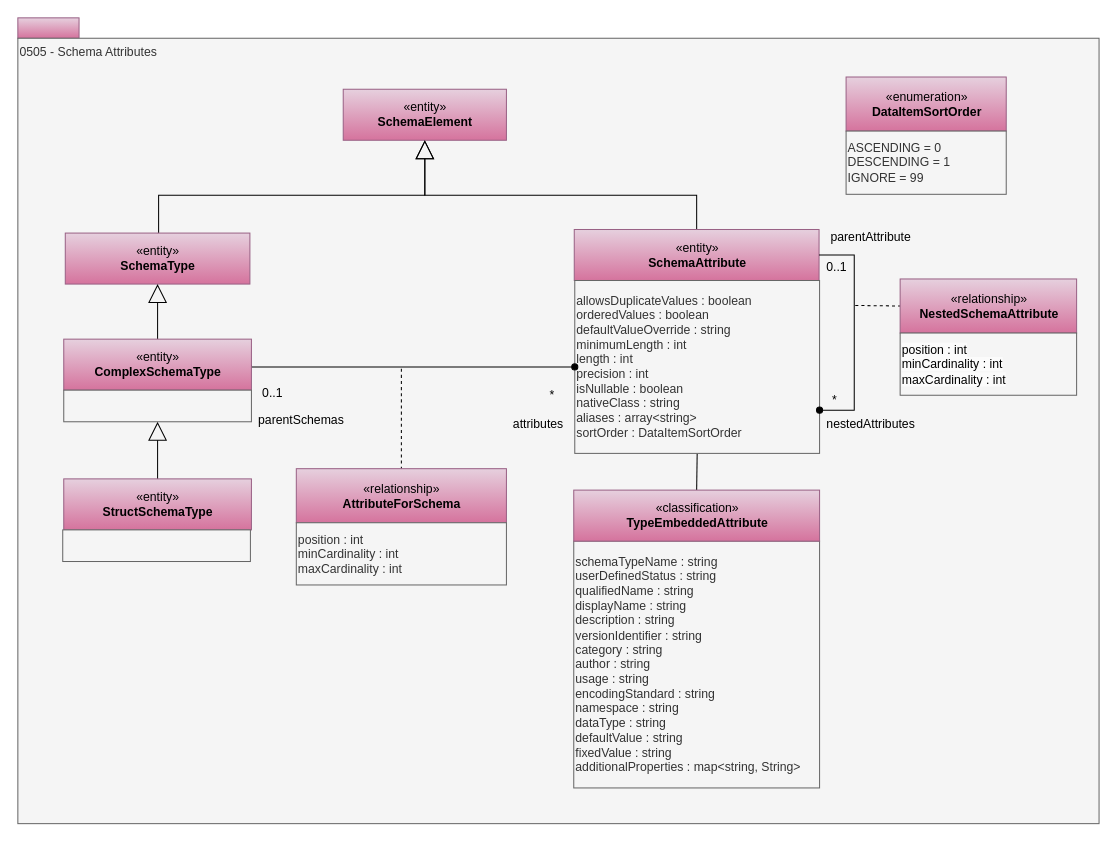
Earlier version of the draw.io diagram page "0505-Schema-Attributes" (5 of 36) of site/docs/types/5/area-5-models-and-schema.drawio (odpi/egeria-docs). Source tidied: cells renumbered, new cells numbered last; positions are measured from the earlier drawing's top-left corner, leaving out a move shared by most shapes. Both pictures are drawn from the tidied source at 102%, with x=0, y=0 at pixel (17, 17).
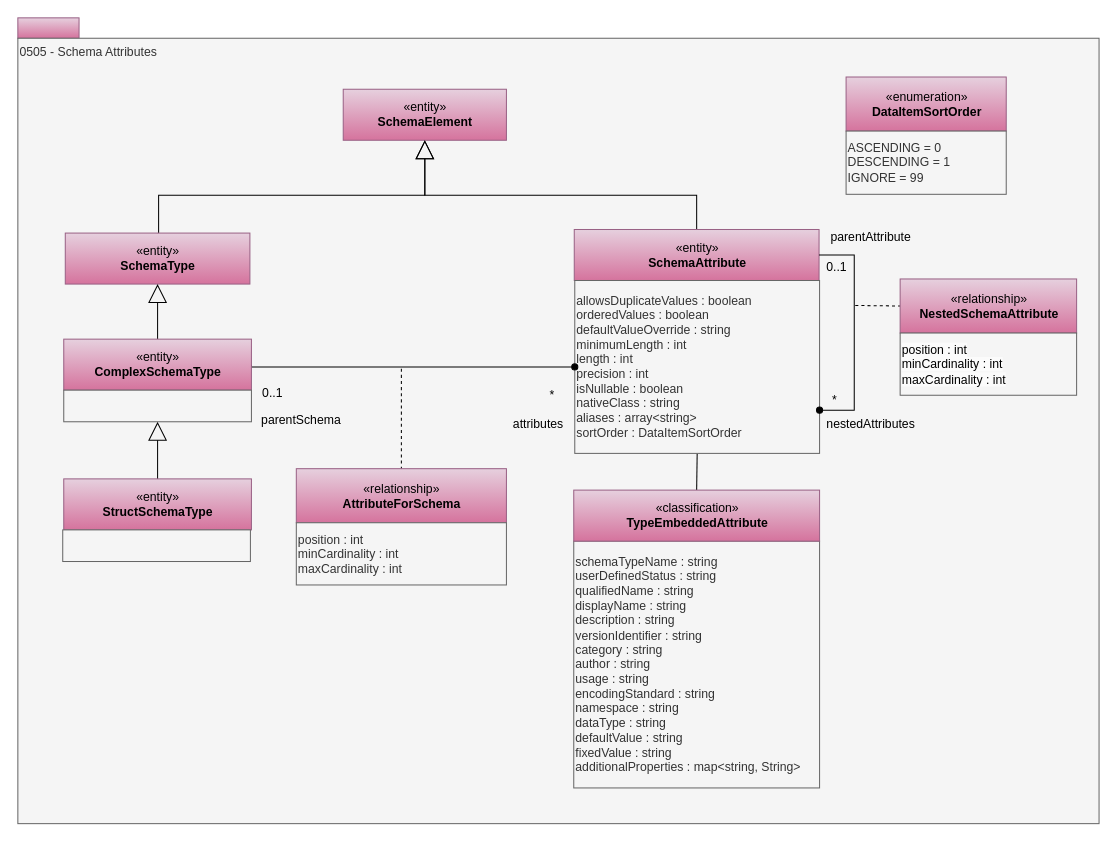
The same page after the edit.

The edit, as a diff of the source:
```diff
@@
-    <mxCell id="19" value="parentSchemas" style="text;html=1;strokeColor=none;fillColor=none;align=center;verticalAlign=middle;whiteSpace=wrap;rounded=0;" parent="1" vertex="1">
+    <mxCell id="19" value="parentSchema" style="text;html=1;strokeColor=none;fillColor=none;align=center;verticalAlign=middle;whiteSpace=wrap;rounded=0;" parent="1" vertex="1">
       <mxGeometry x="228" y="384.5" width="100" height="20" as="geometry" />
     </mxCell>
```
